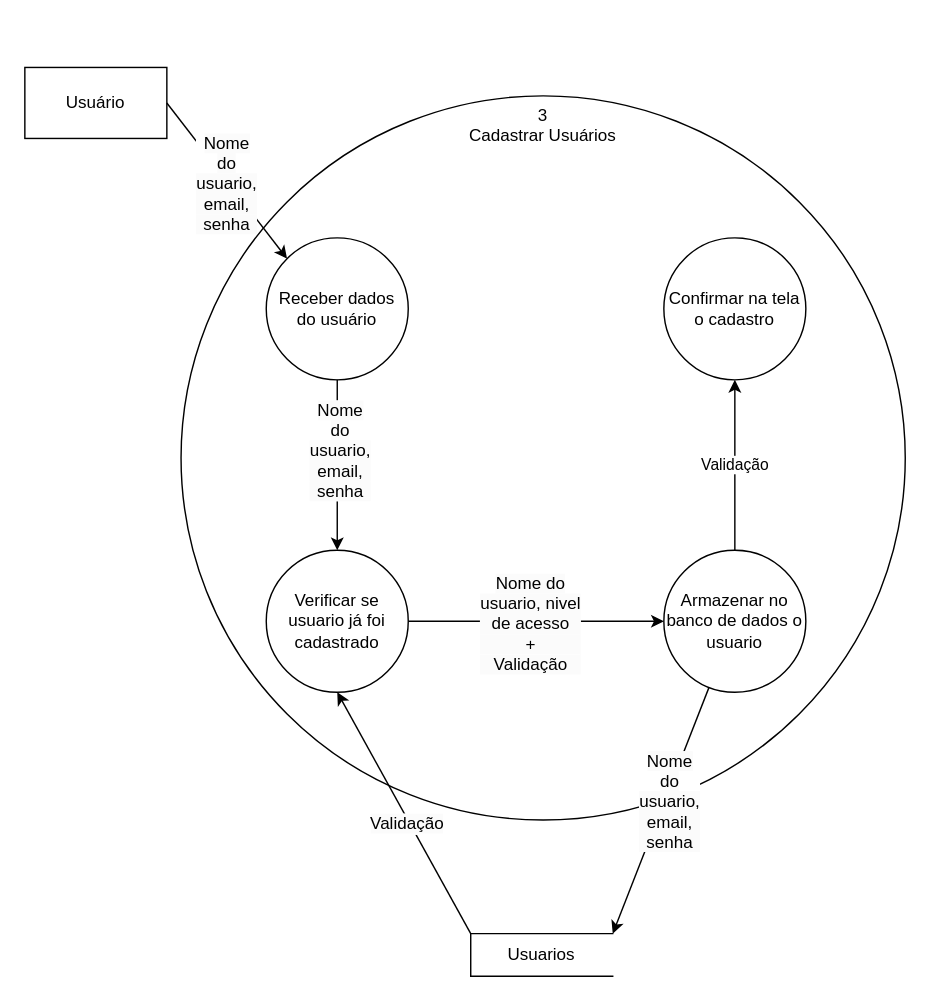
Nebul0Ok/SeuPaulo keeps this draw.io diagram as page "Cadastro de Usuário" (1 of 6) of documentacao/Diagramas/Ações do Usuário.drawio. Above is the earlier version. Source tidied: cells renumbered, new cells numbered last; positions are measured from the earlier drawing's top-left corner, leaving out a move shared by most shapes. Both pictures are drawn from the tidied source at 142%, with x=0, y=0 at pixel (24, 67).
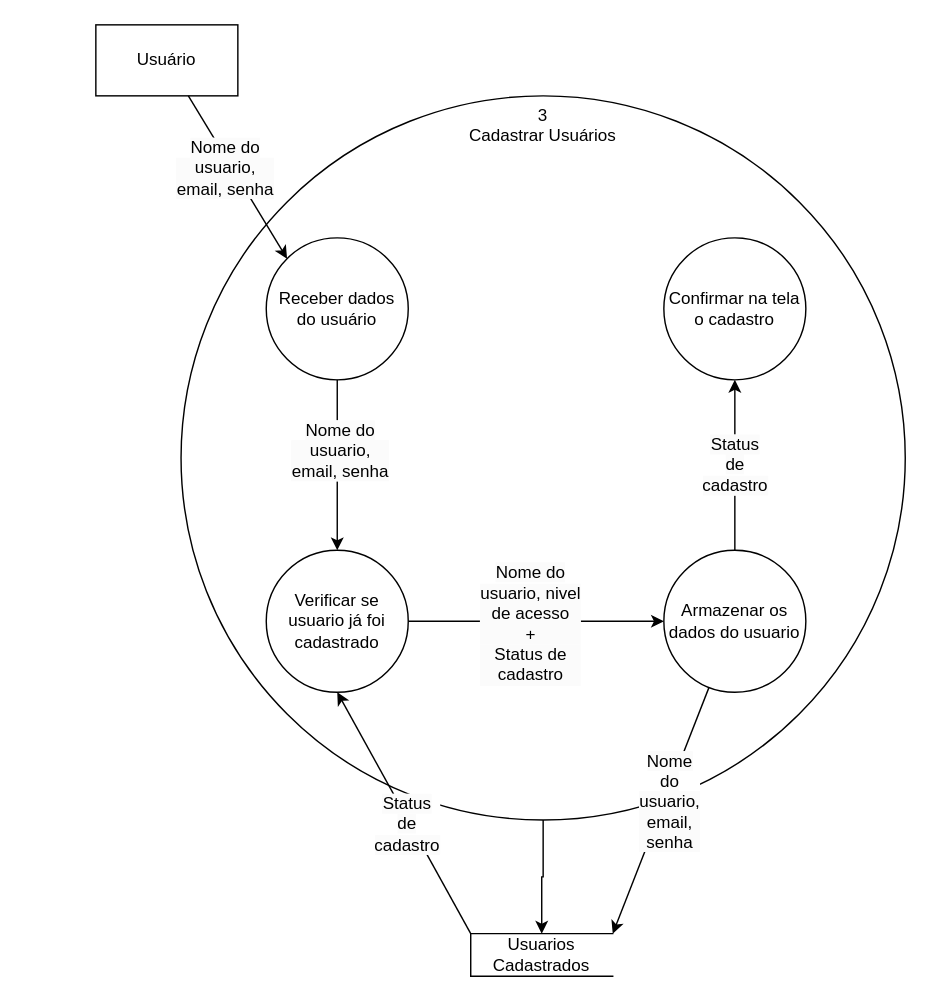
After the change.

The change refers to these unchanged cells:
```xml
<mxCell id="3" value="&lt;div&gt;3&lt;/div&gt;&lt;div&gt;Cadastrar Usuários&lt;/div&gt;" style="shape=ellipse;html=1;dashed=0;whiteSpace=wrap;perimeter=ellipsePerimeter;verticalAlign=top;" parent="1" vertex="1">
  <mxGeometry x="110" y="20" width="510" height="510" as="geometry" />
</mxCell>
<mxCell id="4" value="&lt;div&gt;Receber dados do usuário&lt;/div&gt;" style="shape=ellipse;html=1;dashed=0;whiteSpace=wrap;perimeter=ellipsePerimeter;" parent="1" vertex="1">
  <mxGeometry x="170" y="120" width="100" height="100" as="geometry" />
</mxCell>
<mxCell id="7" style="edgeStyle=none;rounded=0;jettySize=auto;html=1;" parent="1" edge="1" source="10" target="20">
  <mxGeometry relative="1" as="geometry" />
</mxCell>
<mxCell id="11" style="endArrow=classic;html=1;rounded=0;exitX=0.5;exitY=1;exitDx=0;exitDy=0;" parent="1" edge="1" source="4" target="10">
  <mxGeometry relative="1" as="geometry" />
</mxCell>
<mxCell id="14" style="endArrow=classic;html=1;rounded=0;exitX=0;exitY=0;exitDx=0;exitDy=0;entryX=0.5;entryY=1;entryDx=0;entryDy=0;" parent="1" edge="1" source="13" target="10">
  <mxGeometry relative="1" as="geometry" />
</mxCell>
<mxCell id="18" style="edgeStyle=none;rounded=0;jettySize=auto;html=1;entryX=0.5;entryY=1;entryDx=0;entryDy=0;" parent="1" edge="1" source="20" target="21">
  <mxGeometry relative="1" as="geometry" />
</mxCell>
```

What changed in the source:
```diff
@@
     <mxCell id="2" value="Usuário" style="html=1;dashed=0;whiteSpace=wrap;" parent="1" vertex="1">
-      <mxGeometry width="100" height="50" as="geometry" />
+      <mxGeometry x="50" y="-30" width="100" height="50" as="geometry" />
     </mxCell>
+    <mxCell id="22" style="edgeStyle=orthogonalEdgeStyle;rounded=0;jettySize=auto;html=1;" parent="1" edge="1" source="3" target="13">
+      <mxGeometry relative="1" as="geometry" />
+    </mxCell>
@@
-    <mxCell id="5" style="endArrow=classic;html=1;rounded=0;exitX=1;exitY=0.5;exitDx=0;exitDy=0;entryX=0;entryY=0;entryDx=0;entryDy=0;" parent="1" edge="1" source="2" target="4">
+    <mxCell id="5" style="endArrow=classic;html=1;rounded=0;entryX=0;entryY=0;entryDx=0;entryDy=0;" parent="1" edge="1" source="2" target="4">
       <mxGeometry relative="1" as="geometry" />
     </mxCell>
-    <mxCell id="6" value="&lt;span style=&quot;text-wrap: wrap; background-color: rgb(251, 251, 251); font-size: 12px;&quot;&gt;Nome do&lt;/span&gt;&lt;div style=&quot;text-wrap: wrap; background-color: rgb(251, 251, 251); font-size: 12px;&quot;&gt;usuario, email,&lt;/div&gt;&lt;div style=&quot;text-wrap: wrap; background-color: rgb(251, 251, 251); font-size: 12px;&quot;&gt;senha&lt;/div&gt;" style="edgeLabel;html=1;align=center;verticalAlign=middle;" parent="5" vertex="1">
-      <mxGeometry x="0.01" y="-1" relative="1" as="geometry" />
+    <mxCell id="6" value="&lt;span style=&quot;text-wrap: wrap; background-color: rgb(251, 251, 251); font-size: 12px;&quot;&gt;Nome do&lt;/span&gt;&lt;div style=&quot;text-wrap: wrap; background-color: rgb(251, 251, 251); font-size: 12px;&quot;&gt;usuario, email,&amp;nbsp;&lt;span style=&quot;color: light-dark(rgb(0, 0, 0), rgb(255, 255, 255));&quot;&gt;senha&lt;/span&gt;&lt;/div&gt;" style="edgeLabel;html=1;align=center;verticalAlign=middle;" parent="5" vertex="1">
+      <mxGeometry x="0.01" y="-1" relative="1" as="geometry">
+        <mxPoint x="-9" y="-8" as="offset" />
+      </mxGeometry>
     </mxCell>
@@
-    <mxCell id="9" value="&lt;span style=&quot;text-wrap: wrap; background-color: rgb(251, 251, 251); font-size: 12px;&quot;&gt;Nome do&lt;/span&gt;&lt;div style=&quot;text-wrap: wrap; background-color: rgb(251, 251, 251); font-size: 12px;&quot;&gt;usuario,&amp;nbsp;&lt;span style=&quot;background-color: transparent; color: light-dark(rgb(0, 0, 0), rgb(255, 255, 255));&quot;&gt;nivel de acesso&lt;/span&gt;&lt;/div&gt;&lt;div style=&quot;text-wrap: wrap; background-color: rgb(251, 251, 251); font-size: 12px;&quot;&gt;&lt;span style=&quot;background-color: transparent; color: light-dark(rgb(0, 0, 0), rgb(255, 255, 255));&quot;&gt;+&lt;/span&gt;&lt;/div&gt;&lt;div style=&quot;text-wrap: wrap; background-color: rgb(251, 251, 251); font-size: 12px;&quot;&gt;Validação&lt;/div&gt;" style="edgeLabel;html=1;align=center;verticalAlign=middle;" parent="7" vertex="1">
+    <mxCell id="9" value="&lt;span style=&quot;text-wrap: wrap; background-color: rgb(251, 251, 251); font-size: 12px;&quot;&gt;Nome do&lt;/span&gt;&lt;div style=&quot;text-wrap: wrap; background-color: rgb(251, 251, 251); font-size: 12px;&quot;&gt;usuario,&amp;nbsp;&lt;span style=&quot;background-color: transparent; color: light-dark(rgb(0, 0, 0), rgb(255, 255, 255));&quot;&gt;nivel de acesso&lt;/span&gt;&lt;/div&gt;&lt;div style=&quot;text-wrap: wrap; background-color: rgb(251, 251, 251); font-size: 12px;&quot;&gt;&lt;span style=&quot;background-color: transparent; color: light-dark(rgb(0, 0, 0), rgb(255, 255, 255));&quot;&gt;+&lt;/span&gt;&lt;/div&gt;&lt;div style=&quot;text-wrap: wrap; background-color: rgb(251, 251, 251); font-size: 12px;&quot;&gt;Status de cadastro&lt;/div&gt;" style="edgeLabel;html=1;align=center;verticalAlign=middle;" parent="7" vertex="1">
       <mxGeometry x="-0.06" y="-1" relative="1" as="geometry" />
     </mxCell>
@@
-    <mxCell id="12" value="&lt;span style=&quot;text-wrap: wrap; background-color: rgb(251, 251, 251); font-size: 12px;&quot;&gt;Nome do&lt;/span&gt;&lt;div style=&quot;text-wrap: wrap; background-color: rgb(251, 251, 251); font-size: 12px;&quot;&gt;usuario, email,&lt;/div&gt;&lt;div style=&quot;text-wrap: wrap; background-color: rgb(251, 251, 251); font-size: 12px;&quot;&gt;senha&lt;/div&gt;" style="edgeLabel;html=1;align=center;verticalAlign=middle;" parent="11" vertex="1">
+    <mxCell id="12" value="&lt;span style=&quot;text-wrap: wrap; background-color: rgb(251, 251, 251); font-size: 12px;&quot;&gt;Nome do&lt;/span&gt;&lt;div style=&quot;text-wrap: wrap; background-color: rgb(251, 251, 251); font-size: 12px;&quot;&gt;usuario, email,&amp;nbsp;&lt;span style=&quot;color: light-dark(rgb(0, 0, 0), rgb(255, 255, 255));&quot;&gt;senha&lt;/span&gt;&lt;/div&gt;" style="edgeLabel;html=1;align=center;verticalAlign=middle;" parent="11" vertex="1">
       <mxGeometry x="-0.18" y="1" relative="1" as="geometry" />
     </mxCell>
-    <mxCell id="13" value="Usuarios" style="html=1;dashed=0;whiteSpace=wrap;shape=partialRectangle;right=0;" parent="1" vertex="1">
+    <mxCell id="13" value="Usuarios Cadastrados" style="html=1;dashed=0;whiteSpace=wrap;shape=partialRectangle;right=0;" parent="1" vertex="1">
       <mxGeometry x="314" y="610" width="100" height="30" as="geometry" />
     </mxCell>
@@
-    <mxCell id="15" value="&lt;span style=&quot;font-size: 12px; text-wrap: wrap; background-color: rgb(251, 251, 251);&quot;&gt;Validação&lt;/span&gt;" style="edgeLabel;html=1;align=center;verticalAlign=middle;" parent="14" vertex="1">
+    <mxCell id="15" value="&lt;span style=&quot;font-size: 12px; text-wrap-mode: wrap; background-color: rgb(251, 251, 251);&quot;&gt;Status de cadastro&lt;/span&gt;" style="edgeLabel;html=1;align=center;verticalAlign=middle;" parent="14" vertex="1">
       <mxGeometry x="-0.07" y="3" relative="1" as="geometry">
         <mxPoint x="1" as="offset" />
       </mxGeometry>
     </mxCell>
@@
-    <mxCell id="19" value="Validação" style="edgeLabel;html=1;align=center;verticalAlign=middle;" parent="18" vertex="1">
+    <mxCell id="19" value="&lt;span style=&quot;font-size: 12px; text-wrap-mode: wrap; background-color: rgb(251, 251, 251);&quot;&gt;Status de cadastro&lt;/span&gt;" style="edgeLabel;html=1;align=center;verticalAlign=middle;" parent="18" vertex="1">
       <mxGeometry x="0.01" y="1" relative="1" as="geometry" />
     </mxCell>
-    <mxCell id="20" value="&lt;div&gt;Armazenar no banco de dados o usuario&lt;/div&gt;" style="shape=ellipse;html=1;dashed=0;whiteSpace=wrap;perimeter=ellipsePerimeter;" parent="1" vertex="1">
+    <mxCell id="20" value="&lt;div&gt;Armazenar os dados do usuario&lt;/div&gt;" style="shape=ellipse;html=1;dashed=0;whiteSpace=wrap;perimeter=ellipsePerimeter;" parent="1" vertex="1">
       <mxGeometry x="450" y="340" width="100" height="100" as="geometry" />
     </mxCell>
```
